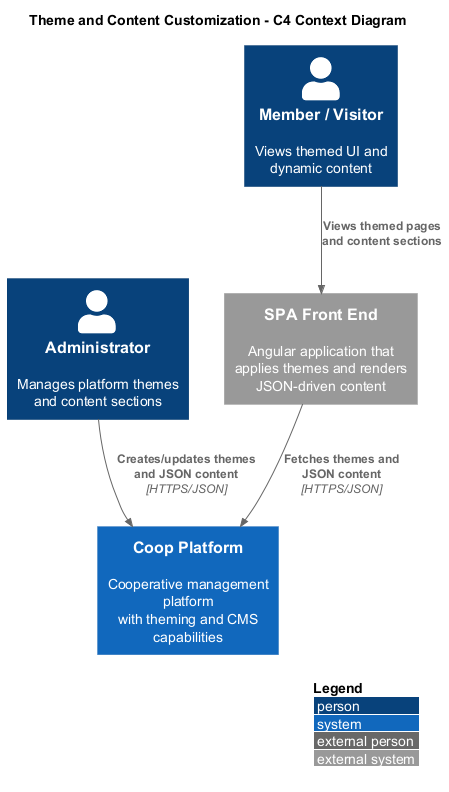
Above: docs/detailed-designs/10-theme-and-content-customization/c4-context.png in QuinntyneBrown/Coop (PlantUML), before the change.
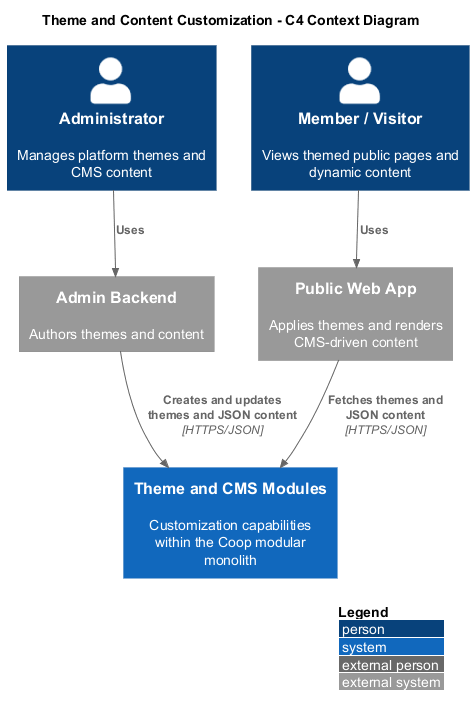
The same file after the commit.

Commit message:
Update onboarding and theme customization diagram images

The edit, as a diff of the source:
```diff
@@ -6,15 +6,17 @@
 
 title Theme and Content Customization - C4 Context Diagram
 
-Person(admin, "Administrator", "Manages platform themes\nand content sections")
-Person(member, "Member / Visitor", "Views themed UI and\ndynamic content")
+Person(admin, "Administrator", "Manages platform themes and CMS content")
+Person(member, "Member / Visitor", "Views themed public pages and dynamic content")
 
-System(coop, "Coop Platform", "Cooperative management platform\nwith theming and CMS capabilities")
+System(coop, "Theme and CMS Modules", "Customization capabilities within the Coop modular monolith")
 
-System_Ext(browser, "SPA Front End", "Angular application that\napplies themes and renders\nJSON-driven content")
+System_Ext(publicApp, "Public Web App", "Applies themes and renders CMS-driven content")
+System_Ext(adminApp, "Admin Backend", "Authors themes and content")
 
-Rel(admin, coop, "Creates/updates themes\nand JSON content", "HTTPS/JSON")
-Rel(member, browser, "Views themed pages\nand content sections")
-Rel(browser, coop, "Fetches themes and\nJSON content", "HTTPS/JSON")
+Rel(admin, adminApp, "Uses")
+Rel(member, publicApp, "Uses")
+Rel(adminApp, coop, "Creates and updates themes and JSON content", "HTTPS/JSON")
+Rel(publicApp, coop, "Fetches themes and JSON content", "HTTPS/JSON")
 
 @enduml
```
